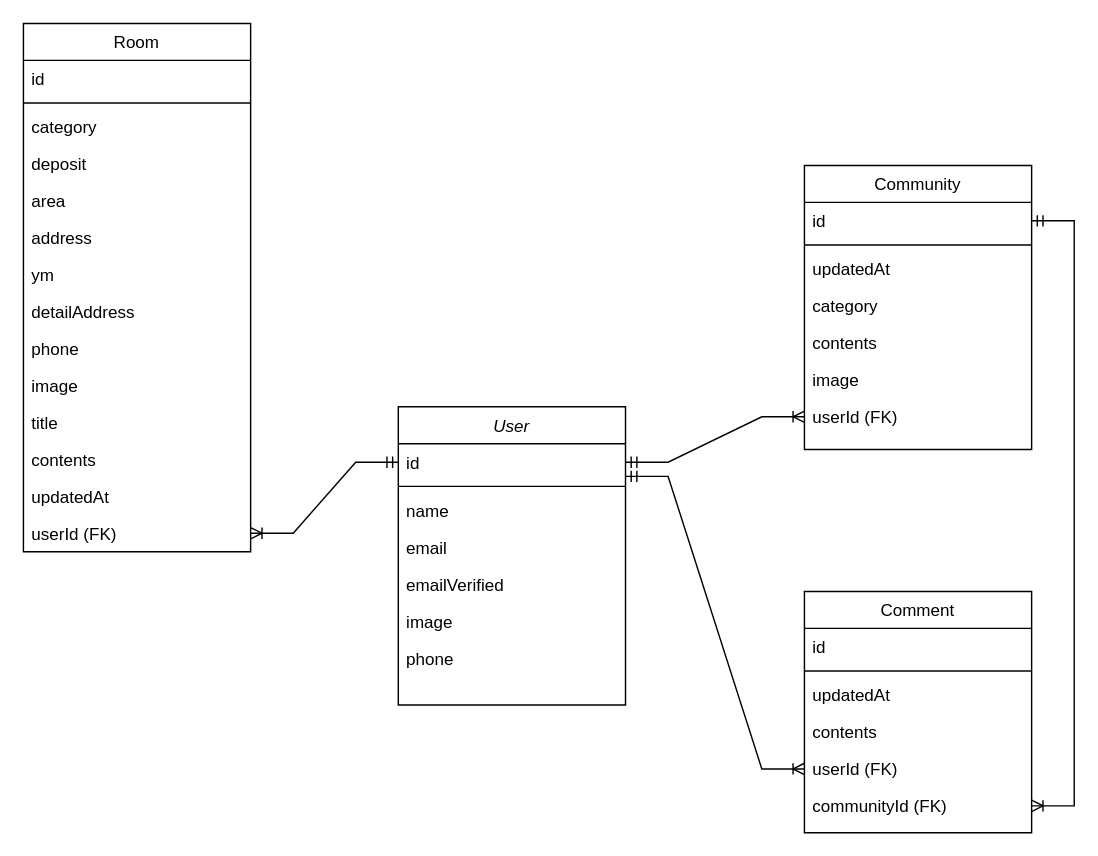
Above: ERD/myspotERD.drawio in 9yu9yu81/study_nextJs_realEstate (draw.io), before the change. Source tidied: cells renumbered, new cells numbered last; positions are measured from the earlier drawing's top-left corner, leaving out a move shared by most shapes. Both pictures are drawn from the tidied source at 142%, with x=0, y=0 at pixel (23, 23).
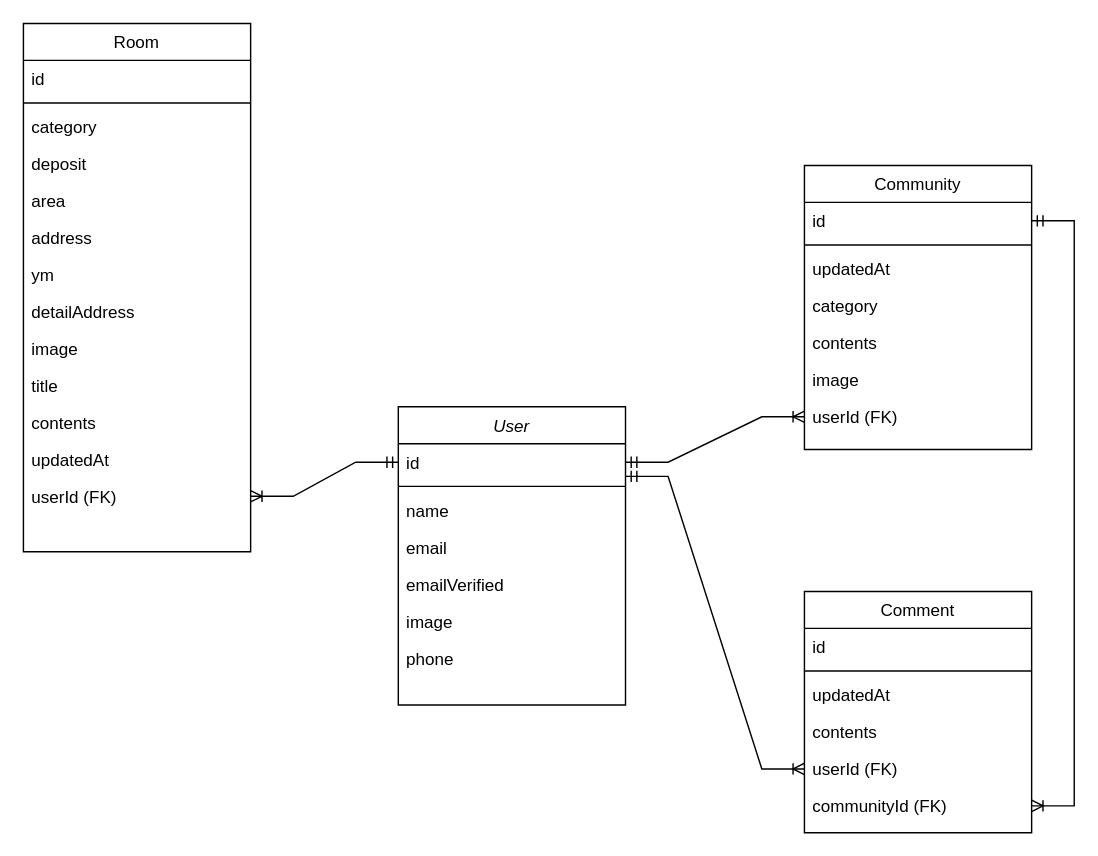
Above is the later version.

The change refers to these unchanged cells:
```xml
<mxCell id="18" value="Room" style="swimlane;fontStyle=0;align=center;verticalAlign=top;horizontal=1;startSize=26;rounded=0;shadow=0;strokeWidth=1;" parent="1" vertex="1">
  <mxGeometry width="160" height="372" as="geometry" />
</mxCell>
```

The edit, as a diff of the source:
```diff
@@
-    <mxCell id="27" value="phone" style="text;align=left;verticalAlign=top;spacingLeft=4;spacingRight=4;overflow=hidden;rounded=0;shadow=0;html=0;" parent="18" vertex="1">
-      <mxGeometry y="216" width="160" height="26" as="geometry" />
-    </mxCell>
     <mxCell id="28" value="image" style="text;align=left;verticalAlign=top;spacingLeft=4;spacingRight=4;overflow=hidden;rounded=0;shadow=0;html=0;" parent="18" vertex="1">
-      <mxGeometry y="242" width="160" height="26" as="geometry" />
+      <mxGeometry y="216" width="160" height="26" as="geometry" />
     </mxCell>
     <mxCell id="29" value="title" style="text;align=left;verticalAlign=top;spacingLeft=4;spacingRight=4;overflow=hidden;rounded=0;shadow=0;html=0;" parent="18" vertex="1">
-      <mxGeometry y="268" width="160" height="26" as="geometry" />
+      <mxGeometry y="242" width="160" height="26" as="geometry" />
     </mxCell>
     <mxCell id="30" value="contents" style="text;align=left;verticalAlign=top;spacingLeft=4;spacingRight=4;overflow=hidden;rounded=0;shadow=0;html=0;" parent="18" vertex="1">
-      <mxGeometry y="294" width="160" height="26" as="geometry" />
+      <mxGeometry y="268" width="160" height="26" as="geometry" />
     </mxCell>
     <mxCell id="31" value="updatedAt   " style="text;align=left;verticalAlign=top;spacingLeft=4;spacingRight=4;overflow=hidden;rounded=0;shadow=0;html=0;" parent="18" vertex="1">
-      <mxGeometry y="320" width="160" height="26" as="geometry" />
+      <mxGeometry y="294" width="160" height="26" as="geometry" />
     </mxCell>
     <mxCell id="32" value="userId (FK)" style="text;align=left;verticalAlign=top;spacingLeft=4;spacingRight=4;overflow=hidden;points=[[0,0.5],[1,0.5]];portConstraint=eastwest;rounded=0;shadow=0;html=0;" parent="18" vertex="1">
-      <mxGeometry y="346" width="160" height="26" as="geometry" />
+      <mxGeometry y="320" width="160" height="26" as="geometry" />
     </mxCell>
```
